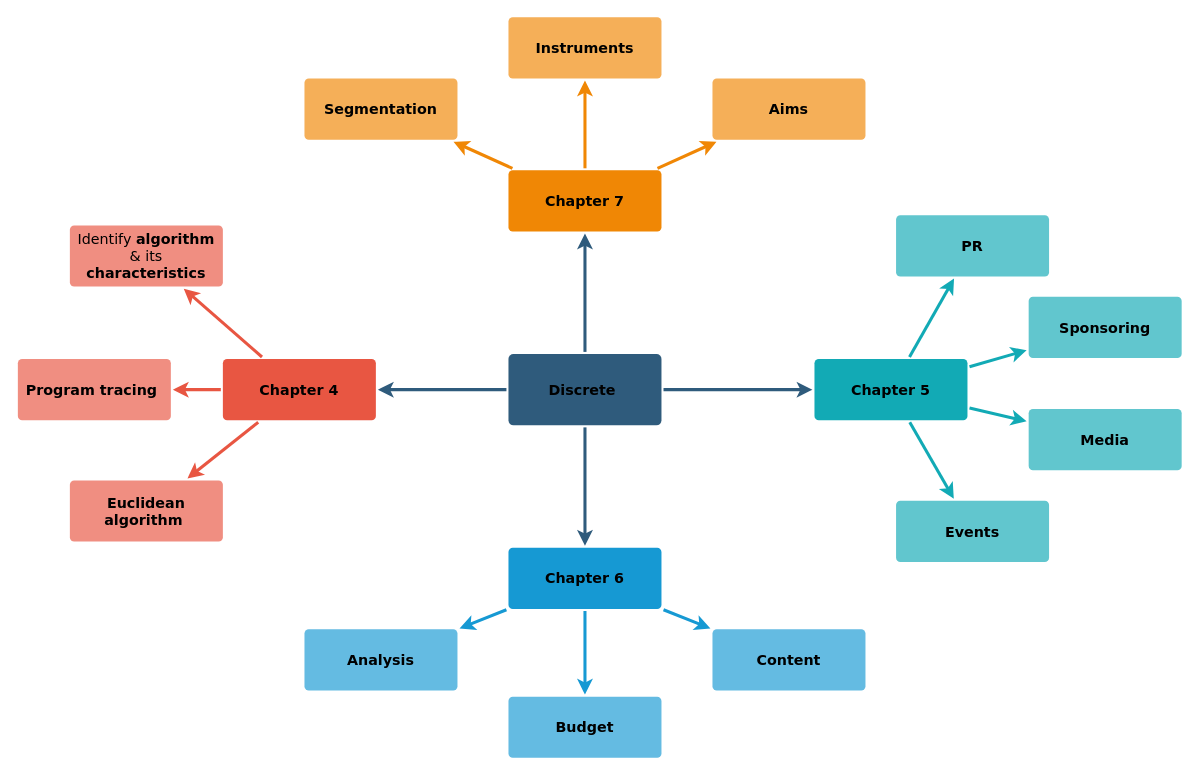
This is Discrete Structure Mid-Term 2.drawio from sakib2005/All_diagrams, a draw.io file, before an edit. Source tidied: cells renumbered, new cells numbered last; positions are measured from the earlier drawing's top-left corner, leaving out a move shared by most shapes. Both pictures are drawn from the tidied source at 102%, with x=0, y=0 at pixel (17, 16).
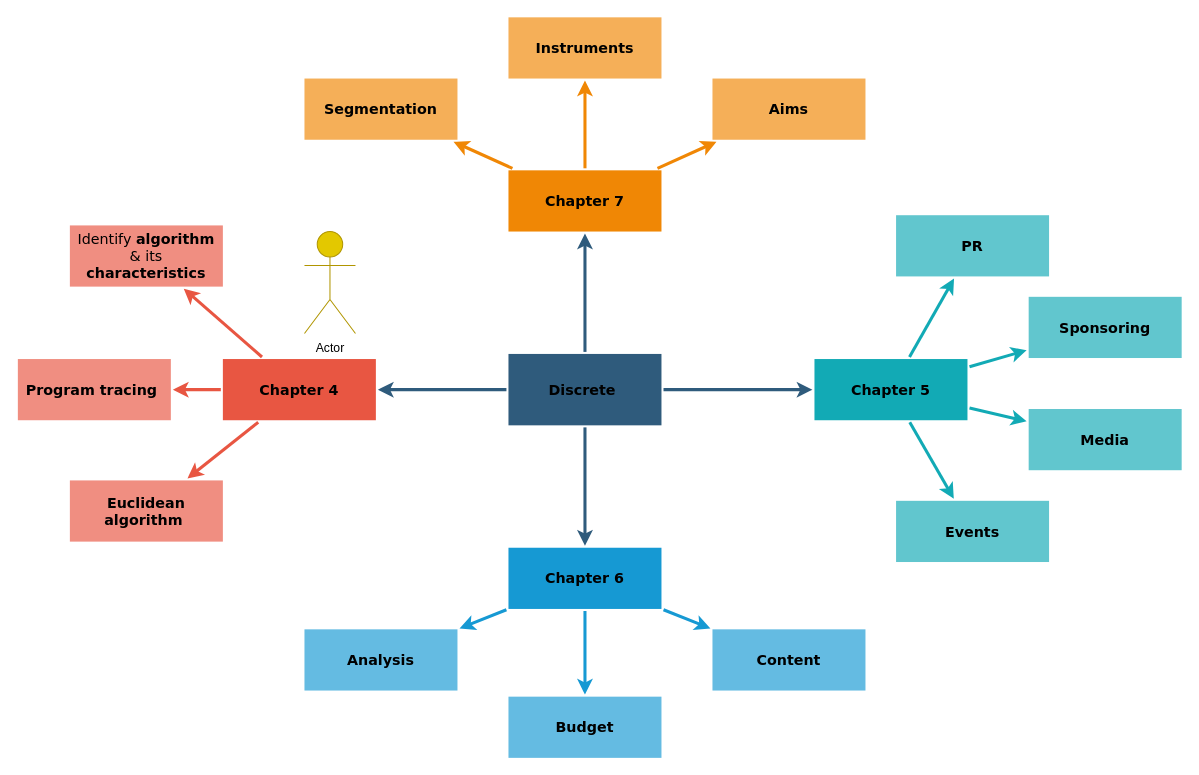
Above is the later version.

What changed in the source:
```diff
@@
-    <mxCell id="6" value="Discrete&amp;nbsp;" style="rounded=1;whiteSpace=wrap;html=1;shadow=0;labelBackgroundColor=none;strokeColor=none;strokeWidth=3;fillColor=#2F5B7C;fontFamily=Verdana;fontSize=14;fontColor=#000000;align=center;fontStyle=1;spacing=5;arcSize=7;perimeterSpacing=2;" parent="1" vertex="1">
+    <mxCell id="6" value="Discrete&amp;nbsp;" style="rounded=0;whiteSpace=wrap;html=1;shadow=0;labelBackgroundColor=none;strokeColor=none;strokeWidth=3;fillColor=#2F5B7C;fontFamily=Verdana;fontSize=14;fontColor=#000000;align=center;fontStyle=1;spacing=5;arcSize=7;perimeterSpacing=2;" parent="1" vertex="1">
       <mxGeometry x="481" y="330.5" width="150" height="70" as="geometry" />
     </mxCell>
-    <mxCell id="7" style="edgeStyle=none;rounded=1;jumpStyle=none;html=1;shadow=0;labelBackgroundColor=none;startArrow=none;startFill=0;jettySize=auto;strokeColor=#E85642;strokeWidth=3;fontFamily=Verdana;fontSize=14;fontColor=#000000;spacing=5;fontStyle=1;fillColor=#b0e3e6;" parent="1" edge="1" source="10" target="13">
+    <mxCell id="7" style="edgeStyle=none;rounded=0;jumpStyle=none;html=1;shadow=0;labelBackgroundColor=none;startArrow=none;startFill=0;jettySize=auto;strokeColor=#E85642;strokeWidth=3;fontFamily=Verdana;fontSize=14;fontColor=#000000;spacing=5;fontStyle=1;fillColor=#b0e3e6;" parent="1" edge="1" source="10" target="13">
       <mxGeometry relative="1" as="geometry" />
     </mxCell>
-    <mxCell id="8" style="edgeStyle=none;rounded=1;jumpStyle=none;html=1;shadow=0;labelBackgroundColor=none;startArrow=none;startFill=0;jettySize=auto;strokeColor=#E85642;strokeWidth=3;fontFamily=Verdana;fontSize=14;fontColor=#000000;spacing=5;fontStyle=1;fillColor=#b0e3e6;" parent="1" edge="1" source="10" target="12">
+    <mxCell id="8" style="edgeStyle=none;rounded=0;jumpStyle=none;html=1;shadow=0;labelBackgroundColor=none;startArrow=none;startFill=0;jettySize=auto;strokeColor=#E85642;strokeWidth=3;fontFamily=Verdana;fontSize=14;fontColor=#000000;spacing=5;fontStyle=1;fillColor=#b0e3e6;" parent="1" edge="1" source="10" target="12">
       <mxGeometry relative="1" as="geometry" />
     </mxCell>
-    <mxCell id="9" style="edgeStyle=none;rounded=1;jumpStyle=none;html=1;shadow=0;labelBackgroundColor=none;startArrow=none;startFill=0;jettySize=auto;strokeColor=#E85642;strokeWidth=3;fontFamily=Verdana;fontSize=14;fontColor=#000000;spacing=5;fontStyle=1;fillColor=#b0e3e6;" parent="1" edge="1" source="10" target="11">
+    <mxCell id="9" style="edgeStyle=none;rounded=0;jumpStyle=none;html=1;shadow=0;labelBackgroundColor=none;startArrow=none;startFill=0;jettySize=auto;strokeColor=#E85642;strokeWidth=3;fontFamily=Verdana;fontSize=14;fontColor=#000000;spacing=5;fontStyle=1;fillColor=#b0e3e6;" parent="1" edge="1" source="10" target="11">
       <mxGeometry relative="1" as="geometry" />
     </mxCell>
-    <mxCell id="10" value="Chapter 4" style="rounded=1;whiteSpace=wrap;html=1;shadow=0;labelBackgroundColor=none;strokeColor=none;strokeWidth=3;fillColor=#e85642;fontFamily=Verdana;fontSize=14;fontColor=#000000;align=center;spacing=5;fontStyle=1;arcSize=7;perimeterSpacing=2;" parent="1" vertex="1">
+    <mxCell id="10" value="Chapter 4" style="rounded=0;whiteSpace=wrap;html=1;shadow=0;labelBackgroundColor=none;strokeColor=none;strokeWidth=3;fillColor=#e85642;fontFamily=Verdana;fontSize=14;fontColor=#000000;align=center;spacing=5;fontStyle=1;arcSize=7;perimeterSpacing=2;" parent="1" vertex="1">
       <mxGeometry x="201" y="335.5" width="150" height="60" as="geometry" />
     </mxCell>
-    <mxCell id="11" value="Euclidean algorithm&amp;nbsp;" style="rounded=1;whiteSpace=wrap;html=1;shadow=0;labelBackgroundColor=none;strokeColor=none;strokeWidth=3;fillColor=#f08e81;fontFamily=Verdana;fontSize=14;fontColor=#000000;align=center;spacing=5;fontStyle=1;arcSize=7;perimeterSpacing=2;" parent="1" vertex="1">
+    <mxCell id="11" value="Euclidean algorithm&amp;nbsp;" style="rounded=0;whiteSpace=wrap;html=1;shadow=0;labelBackgroundColor=none;strokeColor=none;strokeWidth=3;fillColor=#f08e81;fontFamily=Verdana;fontSize=14;fontColor=#000000;align=center;spacing=5;fontStyle=1;arcSize=7;perimeterSpacing=2;" parent="1" vertex="1">
       <mxGeometry x="51" y="454.5" width="150" height="60" as="geometry" />
     </mxCell>
-    <mxCell id="12" value="Program tracing&amp;nbsp;" style="rounded=1;whiteSpace=wrap;html=1;shadow=0;labelBackgroundColor=none;strokeColor=none;strokeWidth=3;fillColor=#f08e81;fontFamily=Verdana;fontSize=14;fontColor=#000000;align=center;spacing=5;fontStyle=1;arcSize=7;perimeterSpacing=2;" parent="1" vertex="1">
+    <mxCell id="12" value="Program tracing&amp;nbsp;" style="rounded=0;whiteSpace=wrap;html=1;shadow=0;labelBackgroundColor=none;strokeColor=none;strokeWidth=3;fillColor=#f08e81;fontFamily=Verdana;fontSize=14;fontColor=#000000;align=center;spacing=5;fontStyle=1;arcSize=7;perimeterSpacing=2;" parent="1" vertex="1">
       <mxGeometry y="335.5" width="150" height="60" as="geometry" />
     </mxCell>
-    <mxCell id="13" value="&lt;span style=&quot;font-weight: normal;&quot;&gt;Identify &lt;/span&gt;algorithm &lt;span style=&quot;font-weight: normal;&quot;&gt;&amp;amp; its &lt;/span&gt;characteristics" style="rounded=1;whiteSpace=wrap;html=1;shadow=0;labelBackgroundColor=none;strokeColor=none;strokeWidth=3;fillColor=#f08e81;fontFamily=Verdana;fontSize=14;fontColor=#000000;align=center;spacing=5;fontStyle=1;arcSize=7;perimeterSpacing=2;" parent="1" vertex="1">
+    <mxCell id="13" value="&lt;span style=&quot;font-weight: normal;&quot;&gt;Identify &lt;/span&gt;algorithm &lt;span style=&quot;font-weight: normal;&quot;&gt;&amp;amp; its &lt;/span&gt;characteristics" style="rounded=0;whiteSpace=wrap;html=1;shadow=0;labelBackgroundColor=none;strokeColor=none;strokeWidth=3;fillColor=#f08e81;fontFamily=Verdana;fontSize=14;fontColor=#000000;align=center;spacing=5;fontStyle=1;arcSize=7;perimeterSpacing=2;" parent="1" vertex="1">
       <mxGeometry x="51" y="204.5" width="150" height="60" as="geometry" />
     </mxCell>
@@
-    <mxCell id="17" value="Chapter 6" style="rounded=1;whiteSpace=wrap;html=1;shadow=0;labelBackgroundColor=none;strokeColor=none;strokeWidth=3;fillColor=#1699d3;fontFamily=Verdana;fontSize=14;fontColor=#000000;align=center;spacing=5;fontStyle=1;arcSize=7;perimeterSpacing=2;" parent="1" vertex="1">
+    <mxCell id="17" value="Chapter 6" style="rounded=0;whiteSpace=wrap;html=1;shadow=0;labelBackgroundColor=none;strokeColor=none;strokeWidth=3;fillColor=#1699d3;fontFamily=Verdana;fontSize=14;fontColor=#000000;align=center;spacing=5;fontStyle=1;arcSize=7;perimeterSpacing=2;" parent="1" vertex="1">
       <mxGeometry x="481" y="520.5" width="150" height="60" as="geometry" />
     </mxCell>
-    <mxCell id="18" value="Content" style="rounded=1;whiteSpace=wrap;html=1;shadow=0;labelBackgroundColor=none;strokeColor=none;strokeWidth=3;fillColor=#64bbe2;fontFamily=Verdana;fontSize=14;fontColor=#000000;align=center;spacing=5;arcSize=7;perimeterSpacing=2;fontStyle=1;" parent="1" vertex="1">
+    <mxCell id="18" value="Content" style="rounded=0;whiteSpace=wrap;html=1;shadow=0;labelBackgroundColor=none;strokeColor=none;strokeWidth=3;fillColor=#64bbe2;fontFamily=Verdana;fontSize=14;fontColor=#000000;align=center;spacing=5;arcSize=7;perimeterSpacing=2;fontStyle=1;" parent="1" vertex="1">
       <mxGeometry x="681" y="600.5" width="150" height="60" as="geometry" />
     </mxCell>
-    <mxCell id="19" value="Budget" style="rounded=1;whiteSpace=wrap;html=1;shadow=0;labelBackgroundColor=none;strokeColor=none;strokeWidth=3;fillColor=#64bbe2;fontFamily=Verdana;fontSize=14;fontColor=#000000;align=center;spacing=5;arcSize=7;perimeterSpacing=2;fontStyle=1;" parent="1" vertex="1">
+    <mxCell id="19" value="Budget" style="rounded=0;whiteSpace=wrap;html=1;shadow=0;labelBackgroundColor=none;strokeColor=none;strokeWidth=3;fillColor=#64bbe2;fontFamily=Verdana;fontSize=14;fontColor=#000000;align=center;spacing=5;arcSize=7;perimeterSpacing=2;fontStyle=1;" parent="1" vertex="1">
       <mxGeometry x="481" y="666.5" width="150" height="60" as="geometry" />
     </mxCell>
-    <mxCell id="20" value="Analysis" style="rounded=1;whiteSpace=wrap;html=1;shadow=0;labelBackgroundColor=none;strokeColor=none;strokeWidth=3;fillColor=#64bbe2;fontFamily=Verdana;fontSize=14;fontColor=#000000;align=center;spacing=5;arcSize=7;perimeterSpacing=2;fontStyle=1;" parent="1" vertex="1">
+    <mxCell id="20" value="Analysis" style="rounded=0;whiteSpace=wrap;html=1;shadow=0;labelBackgroundColor=none;strokeColor=none;strokeWidth=3;fillColor=#64bbe2;fontFamily=Verdana;fontSize=14;fontColor=#000000;align=center;spacing=5;arcSize=7;perimeterSpacing=2;fontStyle=1;" parent="1" vertex="1">
       <mxGeometry x="281" y="600.5" width="150" height="60" as="geometry" />
     </mxCell>
-    <mxCell id="21" value="Chapter 7" style="rounded=1;whiteSpace=wrap;html=1;shadow=0;labelBackgroundColor=none;strokeColor=none;strokeWidth=3;fillColor=#F08705;fontFamily=Verdana;fontSize=14;fontColor=#000000;align=center;spacing=5;fontStyle=1;arcSize=7;perimeterSpacing=2;" parent="1" vertex="1">
+    <mxCell id="21" value="Chapter 7" style="rounded=0;whiteSpace=wrap;html=1;shadow=0;labelBackgroundColor=none;strokeColor=none;strokeWidth=3;fillColor=#F08705;fontFamily=Verdana;fontSize=14;fontColor=#000000;align=center;spacing=5;fontStyle=1;arcSize=7;perimeterSpacing=2;" parent="1" vertex="1">
       <mxGeometry x="481" y="150.5" width="150" height="60" as="geometry" />
     </mxCell>
-    <mxCell id="22" value="Aims&lt;br style=&quot;font-size: 14px;&quot;&gt;" style="rounded=1;whiteSpace=wrap;html=1;shadow=0;labelBackgroundColor=none;strokeColor=none;strokeWidth=3;fillColor=#f5af58;fontFamily=Verdana;fontSize=14;fontColor=#000000;align=center;spacing=5;arcSize=7;perimeterSpacing=2;fontStyle=1;" parent="1" vertex="1">
+    <mxCell id="22" value="Aims&lt;br style=&quot;font-size: 14px;&quot;&gt;" style="rounded=0;whiteSpace=wrap;html=1;shadow=0;labelBackgroundColor=none;strokeColor=none;strokeWidth=3;fillColor=#f5af58;fontFamily=Verdana;fontSize=14;fontColor=#000000;align=center;spacing=5;arcSize=7;perimeterSpacing=2;fontStyle=1;" parent="1" vertex="1">
       <mxGeometry x="681" y="60.5" width="150" height="60" as="geometry" />
     </mxCell>
@@
-    <mxCell id="24" value="Instruments" style="rounded=1;whiteSpace=wrap;html=1;shadow=0;labelBackgroundColor=none;strokeColor=none;strokeWidth=3;fillColor=#f5af58;fontFamily=Verdana;fontSize=14;fontColor=#000000;align=center;spacing=5;arcSize=7;perimeterSpacing=2;fontStyle=1;" parent="1" vertex="1">
+    <mxCell id="24" value="Instruments" style="rounded=0;whiteSpace=wrap;html=1;shadow=0;labelBackgroundColor=none;strokeColor=none;strokeWidth=3;fillColor=#f5af58;fontFamily=Verdana;fontSize=14;fontColor=#000000;align=center;spacing=5;arcSize=7;perimeterSpacing=2;fontStyle=1;" parent="1" vertex="1">
       <mxGeometry x="481" y="0.5" width="150" height="60" as="geometry" />
     </mxCell>
@@
-    <mxCell id="26" value="Segmentation" style="rounded=1;whiteSpace=wrap;html=1;shadow=0;labelBackgroundColor=none;strokeColor=none;strokeWidth=3;fillColor=#f5af58;fontFamily=Verdana;fontSize=14;fontColor=#000000;align=center;spacing=5;arcSize=7;perimeterSpacing=2;fontStyle=1;" parent="1" vertex="1">
+    <mxCell id="26" value="Segmentation" style="rounded=0;whiteSpace=wrap;html=1;shadow=0;labelBackgroundColor=none;strokeColor=none;strokeWidth=3;fillColor=#f5af58;fontFamily=Verdana;fontSize=14;fontColor=#000000;align=center;spacing=5;arcSize=7;perimeterSpacing=2;fontStyle=1;" parent="1" vertex="1">
       <mxGeometry x="281" y="60.5" width="150" height="60" as="geometry" />
     </mxCell>
@@
-    <mxCell id="28" value="Chapter 5" style="rounded=1;whiteSpace=wrap;html=1;shadow=0;labelBackgroundColor=none;strokeColor=none;strokeWidth=3;fillColor=#12aab5;fontFamily=Verdana;fontSize=14;fontColor=#000000;align=center;spacing=5;fontStyle=1;arcSize=7;perimeterSpacing=2;" parent="1" vertex="1">
+    <mxCell id="28" value="Chapter 5" style="rounded=0;whiteSpace=wrap;html=1;shadow=0;labelBackgroundColor=none;strokeColor=none;strokeWidth=3;fillColor=#12aab5;fontFamily=Verdana;fontSize=14;fontColor=#000000;align=center;spacing=5;fontStyle=1;arcSize=7;perimeterSpacing=2;" parent="1" vertex="1">
       <mxGeometry x="781" y="335.5" width="150" height="60" as="geometry" />
     </mxCell>
-    <mxCell id="29" value="Events" style="rounded=1;whiteSpace=wrap;html=1;shadow=0;labelBackgroundColor=none;strokeColor=none;strokeWidth=3;fillColor=#61c6ce;fontFamily=Verdana;fontSize=14;fontColor=#000000;align=center;spacing=5;fontStyle=1;arcSize=7;perimeterSpacing=2;" parent="1" vertex="1">
+    <mxCell id="29" value="Events" style="rounded=0;whiteSpace=wrap;html=1;shadow=0;labelBackgroundColor=none;strokeColor=none;strokeWidth=3;fillColor=#61c6ce;fontFamily=Verdana;fontSize=14;fontColor=#000000;align=center;spacing=5;fontStyle=1;arcSize=7;perimeterSpacing=2;" parent="1" vertex="1">
       <mxGeometry x="861" y="474.5" width="150" height="60" as="geometry" />
     </mxCell>
-    <mxCell id="30" style="edgeStyle=none;rounded=1;jumpStyle=none;html=1;shadow=0;labelBackgroundColor=none;startArrow=none;startFill=0;jettySize=auto;strokeColor=#12AAB5;strokeWidth=3;fontFamily=Verdana;fontSize=14;fontColor=#000000;spacing=5;fontStyle=1;fillColor=#b0e3e6;" parent="1" edge="1" source="28" target="29">
+    <mxCell id="30" style="edgeStyle=none;rounded=0;jumpStyle=none;html=1;shadow=0;labelBackgroundColor=none;startArrow=none;startFill=0;jettySize=auto;strokeColor=#12AAB5;strokeWidth=3;fontFamily=Verdana;fontSize=14;fontColor=#000000;spacing=5;fontStyle=1;fillColor=#b0e3e6;" parent="1" edge="1" source="28" target="29">
       <mxGeometry relative="1" as="geometry" />
     </mxCell>
-    <mxCell id="31" value="Media" style="rounded=1;whiteSpace=wrap;html=1;shadow=0;labelBackgroundColor=none;strokeColor=none;strokeWidth=3;fillColor=#61c6ce;fontFamily=Verdana;fontSize=14;fontColor=#000000;align=center;spacing=5;fontStyle=1;arcSize=7;perimeterSpacing=2;" parent="1" vertex="1">
+    <mxCell id="31" value="Media" style="rounded=0;whiteSpace=wrap;html=1;shadow=0;labelBackgroundColor=none;strokeColor=none;strokeWidth=3;fillColor=#61c6ce;fontFamily=Verdana;fontSize=14;fontColor=#000000;align=center;spacing=5;fontStyle=1;arcSize=7;perimeterSpacing=2;" parent="1" vertex="1">
       <mxGeometry x="991" y="384.5" width="150" height="60" as="geometry" />
     </mxCell>
-    <mxCell id="32" style="edgeStyle=none;rounded=1;jumpStyle=none;html=1;shadow=0;labelBackgroundColor=none;startArrow=none;startFill=0;jettySize=auto;strokeColor=#12AAB5;strokeWidth=3;fontFamily=Verdana;fontSize=14;fontColor=#000000;spacing=5;fontStyle=1;fillColor=#b0e3e6;" parent="1" edge="1" source="28" target="31">
+    <mxCell id="32" style="edgeStyle=none;rounded=0;jumpStyle=none;html=1;shadow=0;labelBackgroundColor=none;startArrow=none;startFill=0;jettySize=auto;strokeColor=#12AAB5;strokeWidth=3;fontFamily=Verdana;fontSize=14;fontColor=#000000;spacing=5;fontStyle=1;fillColor=#b0e3e6;" parent="1" edge="1" source="28" target="31">
       <mxGeometry relative="1" as="geometry" />
     </mxCell>
-    <mxCell id="33" value="Sponsoring" style="rounded=1;whiteSpace=wrap;html=1;shadow=0;labelBackgroundColor=none;strokeColor=none;strokeWidth=3;fillColor=#61c6ce;fontFamily=Verdana;fontSize=14;fontColor=#000000;align=center;spacing=5;fontStyle=1;arcSize=7;perimeterSpacing=2;" parent="1" vertex="1">
+    <mxCell id="33" value="Sponsoring" style="rounded=0;whiteSpace=wrap;html=1;shadow=0;labelBackgroundColor=none;strokeColor=none;strokeWidth=3;fillColor=#61c6ce;fontFamily=Verdana;fontSize=14;fontColor=#000000;align=center;spacing=5;fontStyle=1;arcSize=7;perimeterSpacing=2;" parent="1" vertex="1">
       <mxGeometry x="991" y="274.5" width="150" height="60" as="geometry" />
     </mxCell>
-    <mxCell id="34" style="edgeStyle=none;rounded=1;jumpStyle=none;html=1;shadow=0;labelBackgroundColor=none;startArrow=none;startFill=0;jettySize=auto;strokeColor=#12AAB5;strokeWidth=3;fontFamily=Verdana;fontSize=14;fontColor=#000000;spacing=5;fontStyle=1;fillColor=#b0e3e6;" parent="1" edge="1" source="28" target="33">
+    <mxCell id="34" style="edgeStyle=none;rounded=0;jumpStyle=none;html=1;shadow=0;labelBackgroundColor=none;startArrow=none;startFill=0;jettySize=auto;strokeColor=#12AAB5;strokeWidth=3;fontFamily=Verdana;fontSize=14;fontColor=#000000;spacing=5;fontStyle=1;fillColor=#b0e3e6;" parent="1" edge="1" source="28" target="33">
       <mxGeometry relative="1" as="geometry" />
     </mxCell>
-    <mxCell id="35" value="PR" style="rounded=1;whiteSpace=wrap;html=1;shadow=0;labelBackgroundColor=none;strokeColor=none;strokeWidth=3;fillColor=#61c6ce;fontFamily=Verdana;fontSize=14;fontColor=#000000;align=center;spacing=5;fontStyle=1;arcSize=7;perimeterSpacing=2;" parent="1" vertex="1">
+    <mxCell id="35" value="PR" style="rounded=0;whiteSpace=wrap;html=1;shadow=0;labelBackgroundColor=none;strokeColor=none;strokeWidth=3;fillColor=#61c6ce;fontFamily=Verdana;fontSize=14;fontColor=#000000;align=center;spacing=5;fontStyle=1;arcSize=7;perimeterSpacing=2;" parent="1" vertex="1">
       <mxGeometry x="861" y="194.5" width="150" height="60" as="geometry" />
     </mxCell>
-    <mxCell id="36" style="edgeStyle=none;rounded=1;jumpStyle=none;html=1;shadow=0;labelBackgroundColor=none;startArrow=none;startFill=0;jettySize=auto;strokeColor=#12AAB5;strokeWidth=3;fontFamily=Verdana;fontSize=14;fontColor=#000000;spacing=5;fontStyle=1;fillColor=#b0e3e6;" parent="1" edge="1" source="28" target="35">
+    <mxCell id="36" style="edgeStyle=none;rounded=0;jumpStyle=none;html=1;shadow=0;labelBackgroundColor=none;startArrow=none;startFill=0;jettySize=auto;strokeColor=#12AAB5;strokeWidth=3;fontFamily=Verdana;fontSize=14;fontColor=#000000;spacing=5;fontStyle=1;fillColor=#b0e3e6;" parent="1" edge="1" source="28" target="35">
       <mxGeometry relative="1" as="geometry" />
     </mxCell>
+    <mxCell id="37" value="Actor" style="shape=umlActor;verticalLabelPosition=bottom;verticalAlign=top;html=1;fillColor=#e3c800;fontColor=#000000;strokeColor=#B09500;" parent="1" vertex="1">
+      <mxGeometry x="281" y="210.5" width="50" height="100" as="geometry" />
+    </mxCell>
```
